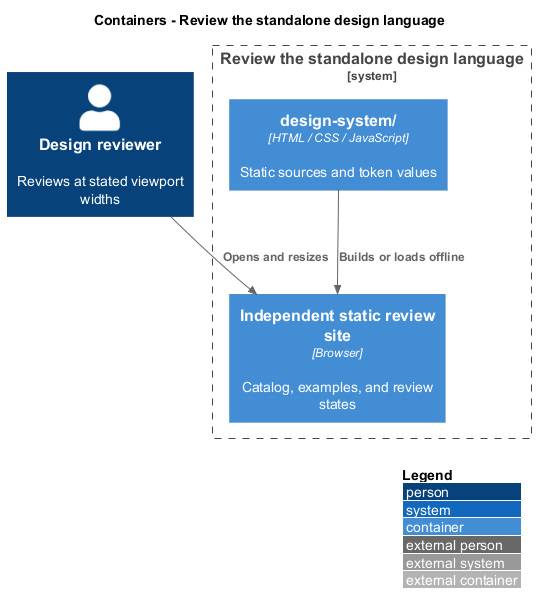
Earlier version of the PlantUML export docs/detailed-designs/artifacts/review-design-language/diagrams/c4-container.png (QuinntyneBrown/mission-control). Its diagram source:
```plantuml
@startuml
!include <C4/C4_Container>
LAYOUT_WITH_LEGEND()
title Containers - Review the standalone design language
Person(reviewer, "Design reviewer", "Reviews at stated viewport widths")
System_Boundary(artifact, "Review the standalone design language") {
  Container(source, "design-system/", "HTML / CSS / JavaScript", "Static sources and token values")
  Container(site, "Independent static review site", "Browser", "Catalog, examples, and review states")
}
Rel(source, site, "Builds or loads offline")
Rel(reviewer, site, "Opens and resizes")
@enduml
```
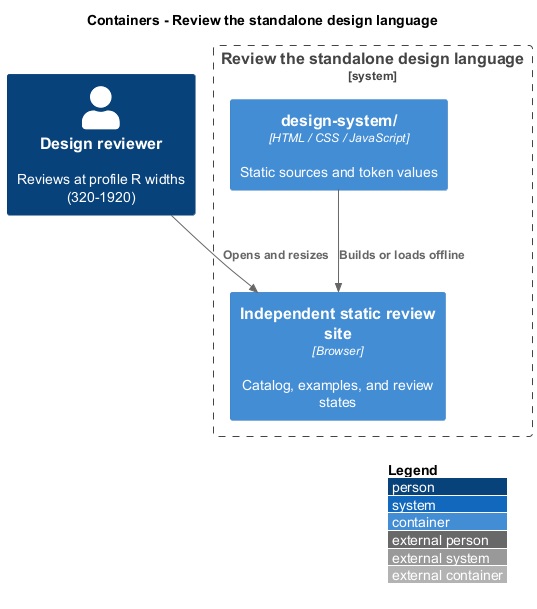
After the commit.

Change to the diagram source:
```diff
@@ -2,7 +2,7 @@
 !include <C4/C4_Container>
 LAYOUT_WITH_LEGEND()
 title Containers - Review the standalone design language
-Person(reviewer, "Design reviewer", "Reviews at stated viewport widths")
+Person(reviewer, "Design reviewer", "Reviews at profile R widths (320-1920)")
 System_Boundary(artifact, "Review the standalone design language") {
   Container(source, "design-system/", "HTML / CSS / JavaScript", "Static sources and token values")
   Container(site, "Independent static review site", "Browser", "Catalog, examples, and review states")
```
